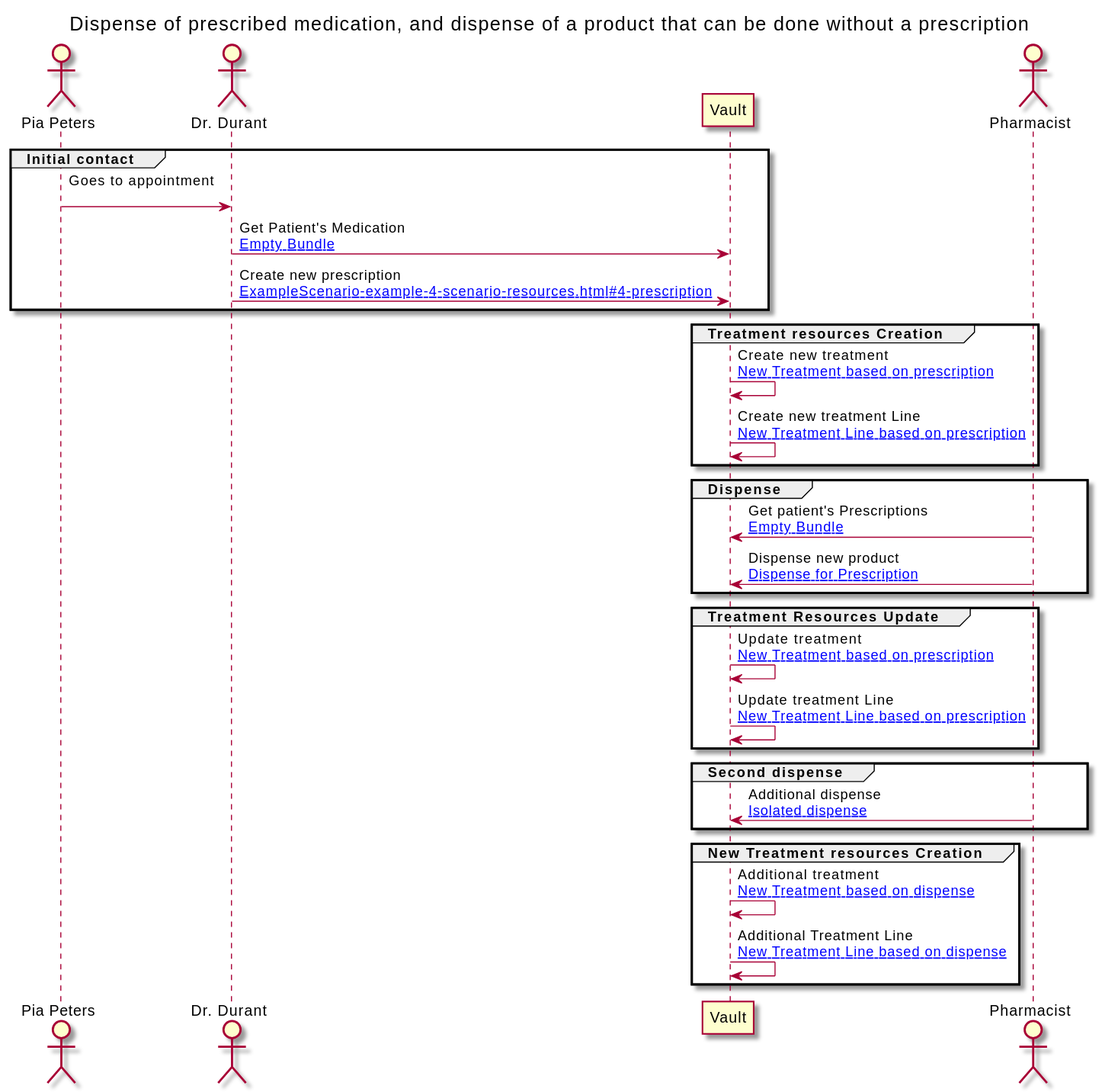
Before: branches/master/ExampleScenario-example-4-scenario.svg, a diagram exported from PlantUML (JensPenny/medication-record).
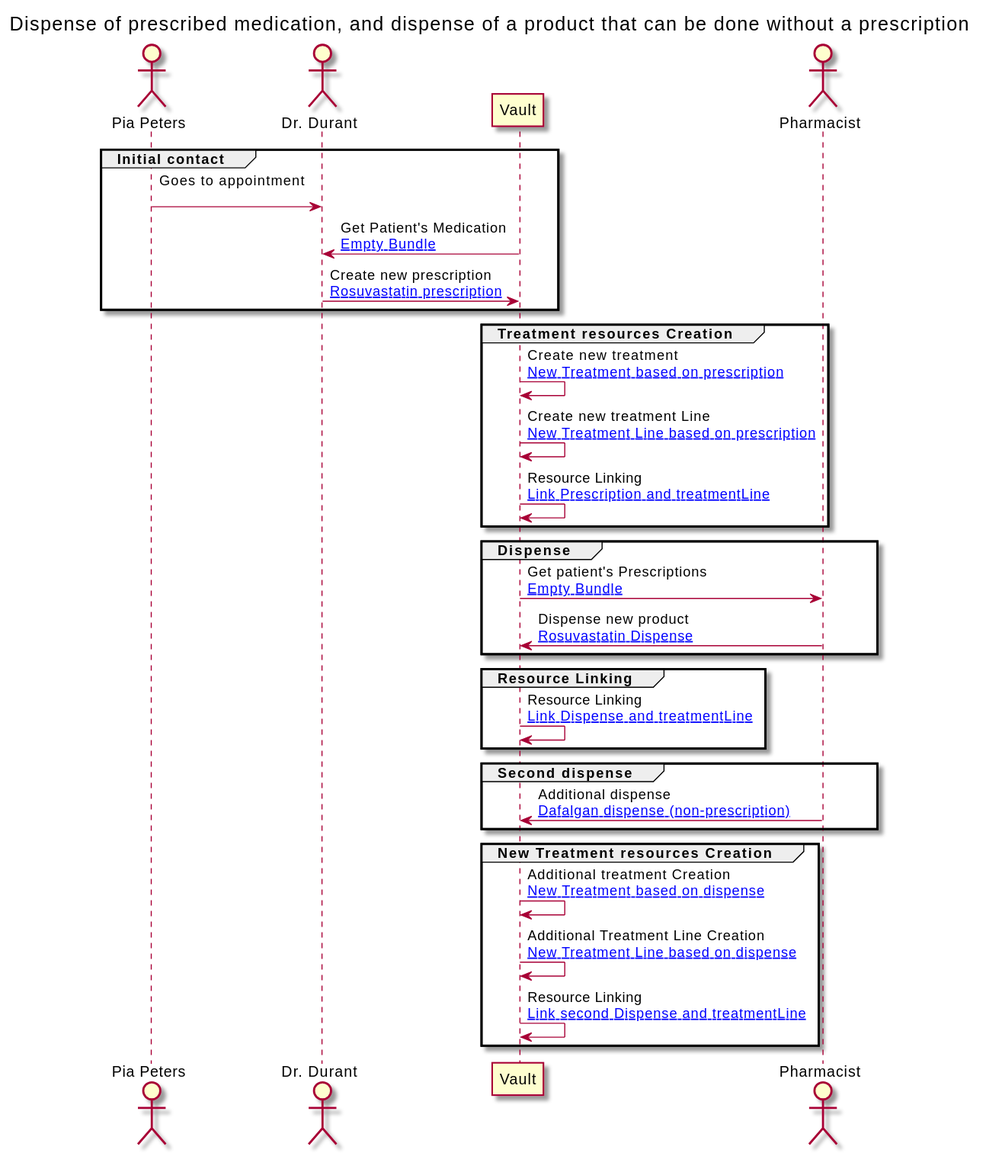
The same diagram one commit later.

Diff of the diagram source:
```diff
@@ -16,37 +16,38 @@
 group Initial contact
 
 PATIENT -> GP : Goes to appointment\n
-GP -> VAULT : Get Patient's Medication\n[[ExampleScenario-example-4-scenario-resources.html#EB Empty Bundle]]
-GP -> VAULT : Create new prescription\n[[ExampleScenario-example-4-scenario-resources.html#4-prescription ]]
+VAULT -> GP : Get Patient's Medication\n[[ExampleScenario-example-4-scenario-resources.html#EB Empty Bundle]]
+GP -> VAULT : Create new prescription\n[[ExampleScenario-example-4-scenario-resources.html#4-1-prescription Rosuvastatin prescription]]
 end
 
 group Treatment resources Creation
 
 VAULT -> VAULT : Create new treatment\n[[ExampleScenario-example-4-scenario-resources.html#4-1-treatment New Treatment based on prescription]]
 VAULT -> VAULT : Create new treatment Line\n[[ExampleScenario-example-4-scenario-resources.html#4-1-treatmentLine New Treatment Line based on prescription]]
+VAULT -> VAULT : Resource Linking\n[[ExampleScenario-example-4-scenario-resources.html#4-1-provenance Link Prescription and treatmentLine]]
 end
 
 group Dispense
 
-PHARM -> VAULT : Get patient's Prescriptions\n[[ExampleScenario-example-4-scenario-resources.html#EB Empty Bundle]]
-PHARM -> VAULT : Dispense new product\n[[ExampleScenario-example-4-scenario-resources.html#4-1-dispense Dispense for Prescription]]
+VAULT -> PHARM : Get patient's Prescriptions\n[[ExampleScenario-example-4-scenario-resources.html#EB Empty Bundle]]
+PHARM -> VAULT : Dispense new product\n[[ExampleScenario-example-4-scenario-resources.html#4-1-dispense Rosuvastatin Dispense]]
 end
 
-group Treatment Resources Update
+group Resource Linking
 
-VAULT -> VAULT : Update treatment\n[[ExampleScenario-example-4-scenario-resources.html#4-1-treatment New Treatment based on prescription]]
-VAULT -> VAULT : Update treatment Line\n[[ExampleScenario-example-4-scenario-resources.html#4-1-treatmentLine New Treatment Line based on prescription]]
+VAULT -> VAULT : Resource Linking\n[[ExampleScenario-example-4-scenario-resources.html#4-2-provenance Link Dispense and treatmentLine]]
 end
 
 group Second dispense
 
-PHARM -> VAULT : Additional dispense\n[[ExampleScenario-example-4-scenario-resources.html#4-2-dispense Isolated dispense]]
+PHARM -> VAULT : Additional dispense\n[[ExampleScenario-example-4-scenario-resources.html#4-2-dispense Dafalgan dispense (non-prescription)]]
 end
 
 group New Treatment resources Creation
 
-VAULT -> VAULT : Additional treatment\n[[ExampleScenario-example-4-scenario-resources.html#4-2-treatment New Treatment based on dispense]]
-VAULT -> VAULT : Additional Treatment Line\n[[ExampleScenario-example-4-scenario-resources.html#4-2-treatmentLine New Treatment Line based on dispense]]
+VAULT -> VAULT : Additional treatment Creation\n[[ExampleScenario-example-4-scenario-resources.html#4-2-treatment New Treatment based on dispense]]
+VAULT -> VAULT : Additional Treatment Line Creation\n[[ExampleScenario-example-4-scenario-resources.html#4-2-treatmentLine New Treatment Line based on dispense]]
+VAULT -> VAULT : Resource Linking\n[[ExampleScenario-example-4-scenario-resources.html#4-3-provenance Link second Dispense and treatmentLine]]
 end
 
 
```
